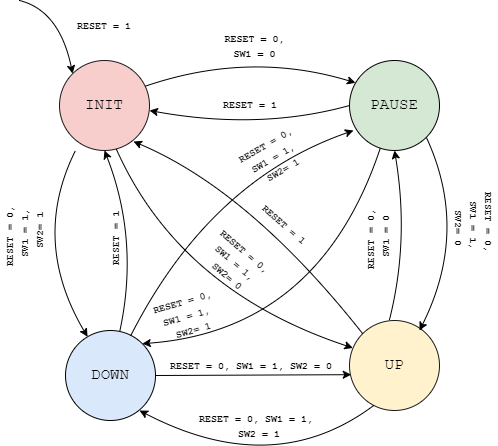
This is sesion6/diagrama_example1.png from electronica-analogica-udem/laboratorio, a draw.io export, as it was before one commit. Source tidied: cells renumbered, new cells last; positions are measured from the earlier drawing's top-left corner, leaving out a move shared by most shapes.
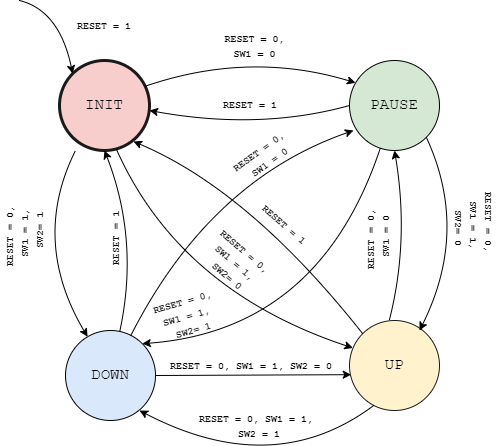
Above is the later version.

Change to the diagram source:
```diff
@@ -14,7 +14,7 @@
     <mxCell id="5" style="group;" parent="1" vertex="1">
       <mxGeometry x="81" y="60" width="90" height="90" as="geometry" />
     </mxCell>
-    <mxCell id="6" value="&lt;font style=&quot;font-size: 16px;&quot; face=&quot;Courier New&quot;&gt;INIT&lt;/font&gt;" style="ellipse;whiteSpace=wrap;html=1;fillColor=#f8cecc;strokeColor=#1A1A1A;" parent="5" vertex="1">
+    <mxCell id="6" value="&lt;font style=&quot;font-size: 16px;&quot; face=&quot;Courier New&quot;&gt;INIT&lt;/font&gt;" style="ellipse;whiteSpace=wrap;html=1;fillColor=#f8cecc;strokeColor=#1A1A1A;strokeWidth=3;" parent="5" vertex="1">
       <mxGeometry width="90" height="90" as="geometry" />
     </mxCell>
     <mxCell id="7" style="group;" parent="1" vertex="1">
@@ -139,8 +139,8 @@
         </Array>
       </mxGeometry>
     </mxCell>
-    <mxCell id="31" value="&lt;font style=&quot;font-size: 10px;&quot; face=&quot;Courier New&quot;&gt;&lt;b&gt;&lt;span style=&quot;border-color: var(--border-color);&quot;&gt;RESET = 0,&amp;nbsp;&lt;br&gt;&lt;/span&gt;SW1 = 1,&amp;nbsp;&lt;br&gt;SW2= 1&lt;/b&gt;&lt;/font&gt;" style="text;html=1;strokeColor=none;fillColor=none;align=center;verticalAlign=middle;whiteSpace=wrap;rounded=0;rotation=-30;" parent="1" vertex="1">
-      <mxGeometry x="234" y="141" width="126.5" height="30" as="geometry" />
+    <mxCell id="31" value="&lt;font style=&quot;font-size: 10px;&quot; face=&quot;Courier New&quot;&gt;&lt;b&gt;&lt;span style=&quot;border-color: var(--border-color);&quot;&gt;RESET = 0,&amp;nbsp;&lt;br&gt;&lt;/span&gt;SW1 = 0&lt;br&gt;&lt;/b&gt;&lt;/font&gt;" style="text;html=1;strokeColor=none;fillColor=none;align=center;verticalAlign=middle;whiteSpace=wrap;rounded=0;rotation=-35.6;" parent="1" vertex="1">
+      <mxGeometry x="241" y="140" width="90.7" height="30" as="geometry" />
     </mxCell>
     <mxCell id="32" style="endArrow=classic;html=1;fontFamily=Courier New;fontSize=11;fontColor=#000000;curved=1;entryX=0.019;entryY=0.602;entryDx=0;entryDy=0;exitX=1;exitY=0.5;exitDx=0;exitDy=0;entryPerimeter=0;" parent="1" edge="1" source="19" target="8">
       <mxGeometry relative="1" as="geometry" />
```
